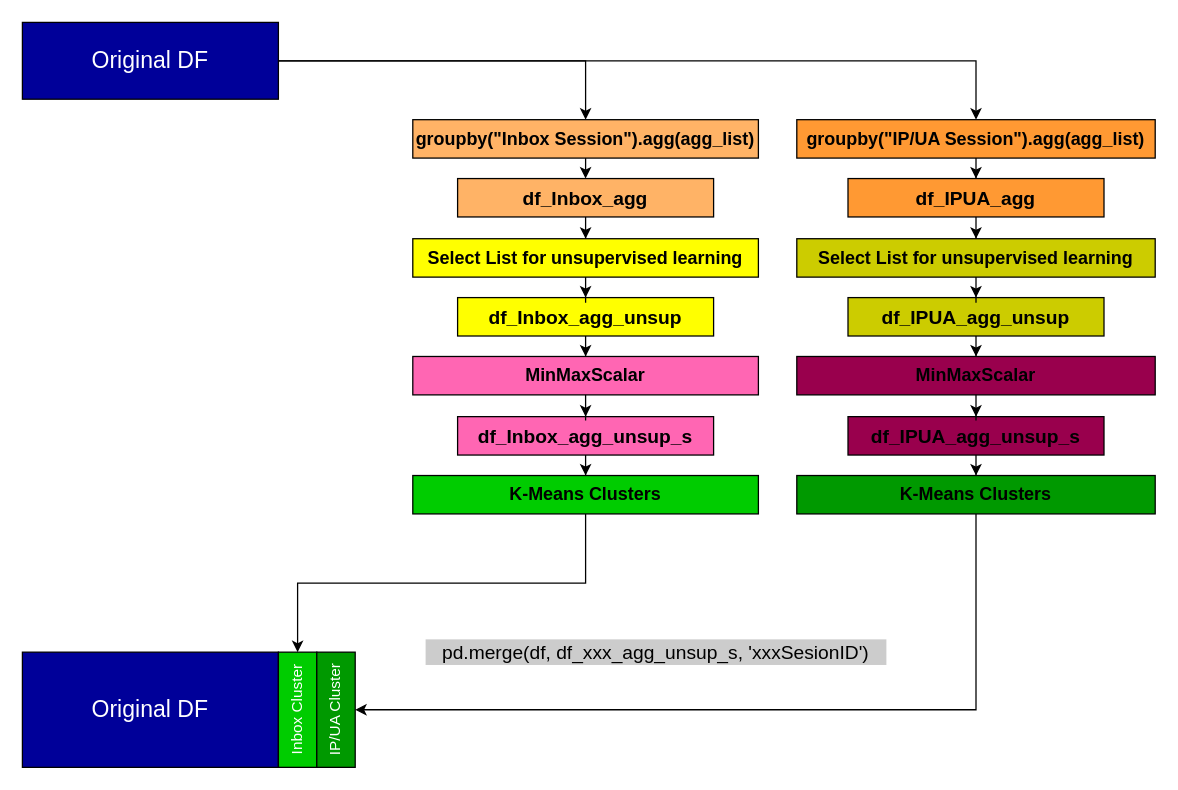
Before: Diagrams/MergingSessionDataFrames.dio in Robert-312/PyTorch-CNN-Framework, a draw.io diagram. Source tidied: cells renumbered, new cells numbered last; positions are measured from the earlier drawing's top-left corner, leaving out a move shared by most shapes. Both pictures are drawn from the tidied source at 128%, with x=0, y=0 at pixel (22, 22).
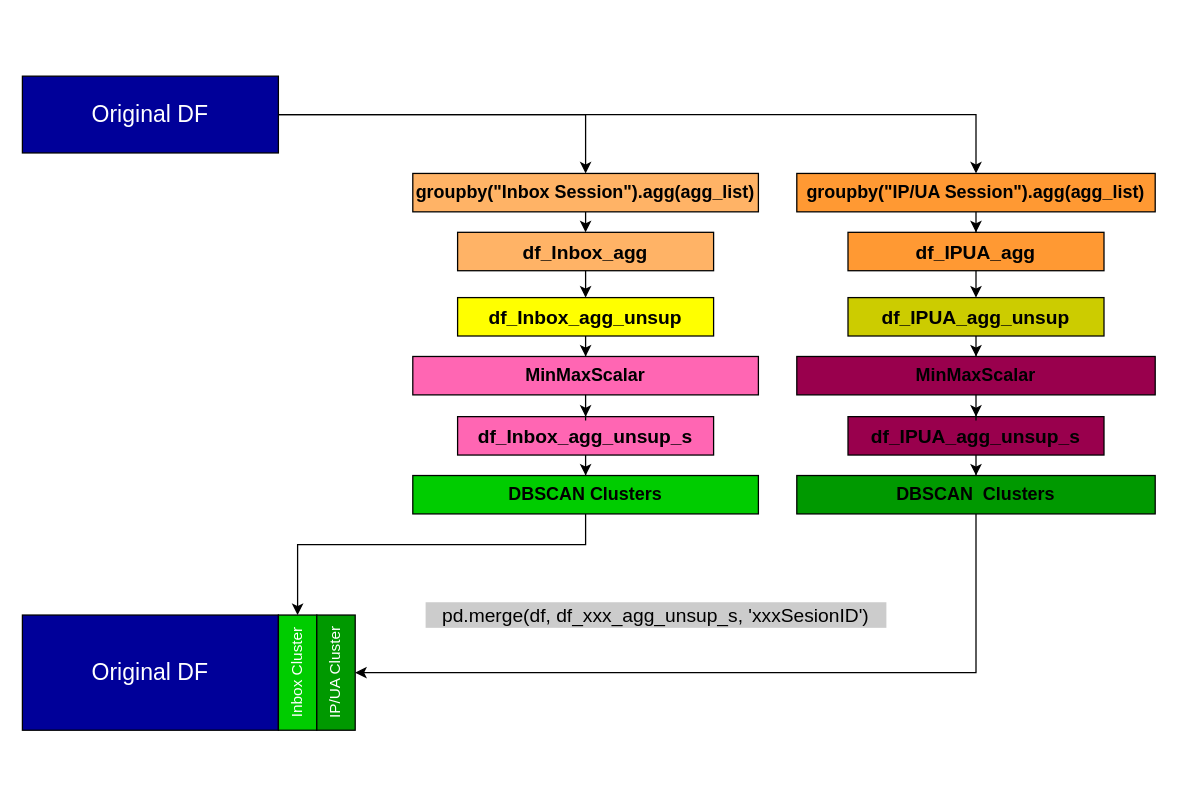
Above is the later version.

Commit message (it also covers changes not shown here):
Clean up DBSCAN

The change refers to these unchanged cells:
```xml
<mxCell id="11" value="&lt;div&gt;Inbox Cluster&lt;br&gt;&lt;/div&gt;" style="rounded=0;whiteSpace=wrap;html=1;fillColor=#00CC00;fontSize=12;fontColor=#FFFFFF;align=center;rotation=-90;" parent="9" vertex="1">
  <mxGeometry x="170" y="41" width="90" height="30" as="geometry" />
</mxCell>
<mxCell id="12" value="IP/UA Cluster" style="rounded=0;whiteSpace=wrap;html=1;fillColor=#009900;fontSize=12;fontColor=#FFFFFF;align=center;rotation=-90;" parent="9" vertex="1">
  <mxGeometry x="200" y="41" width="90" height="30" as="geometry" />
</mxCell>
<mxCell id="18" value="&lt;div&gt;&lt;b&gt;df_Inbox_agg_unsup&lt;/b&gt;&lt;br&gt;&lt;/div&gt;" style="rounded=0;whiteSpace=wrap;html=1;align=center;verticalAlign=middle;fillColor=#FFFF00;fontSize=15;" parent="1" vertex="1">
  <mxGeometry x="340" y="215" width="200" height="30" as="geometry" />
</mxCell>
<mxCell id="20" value="&lt;div&gt;&lt;b&gt;df_IPUA_agg_unsup&lt;/b&gt;&lt;br&gt;&lt;/div&gt;" style="rounded=0;whiteSpace=wrap;html=1;align=center;verticalAlign=middle;fillColor=#CCCC00;fontSize=15;" parent="1" vertex="1">
  <mxGeometry x="645" y="215" width="200" height="30" as="geometry" />
</mxCell>
```

Change to the diagram source:
```diff
@@
     <mxCell id="3" value="&lt;div&gt;&lt;b&gt;groupby(&quot;Inbox Session&quot;).agg(agg_list)&lt;/b&gt;&lt;/div&gt;&lt;div align=&quot;left&quot;&gt;&lt;/div&gt;" style="rounded=0;whiteSpace=wrap;html=1;align=center;verticalAlign=middle;fillColor=#FFB366;fontSize=14;" parent="1" vertex="1">
-      <mxGeometry x="305" y="76" width="270" height="30" as="geometry" />
+      <mxGeometry x="305" y="118" width="270" height="30" as="geometry" />
     </mxCell>
@@
     <mxCell id="6" value="&lt;div align=&quot;center&quot;&gt;Original DF&lt;/div&gt;" style="rounded=0;whiteSpace=wrap;html=1;fillColor=#000099;align=center;fontColor=#FFFFFF;fontSize=18;" parent="1" vertex="1">
-      <mxGeometry width="200" height="60" as="geometry" />
+      <mxGeometry y="42" width="200" height="60" as="geometry" />
     </mxCell>
@@
     <mxCell id="8" value="&lt;div&gt;&lt;b&gt;groupby(&quot;IP/UA Session&quot;).agg(agg_list)&lt;/b&gt;&lt;/div&gt;&lt;div align=&quot;left&quot;&gt;&lt;/div&gt;" style="rounded=0;whiteSpace=wrap;html=1;align=center;verticalAlign=middle;fillColor=#FF9933;fontSize=14;" parent="1" vertex="1">
-      <mxGeometry x="605" y="76" width="280" height="30" as="geometry" />
+      <mxGeometry x="605" y="118" width="280" height="30" as="geometry" />
     </mxCell>
     <mxCell id="9" style="group;" parent="1" vertex="1">
-      <mxGeometry y="481" width="315" height="101" as="geometry" />
+      <mxGeometry y="452" width="315" height="101" as="geometry" />
     </mxCell>
@@
-    <mxCell id="13" style="edgeStyle=orthogonalEdgeStyle;rounded=0;html=1;jettySize=auto;fontSize=14;" parent="1" edge="1" source="14" target="22">
-      <mxGeometry relative="1" as="geometry" />
-    </mxCell>
     <mxCell id="14" value="&lt;div&gt;&lt;b&gt;df_Inbox_agg&lt;/b&gt;&lt;br&gt;&lt;/div&gt;" style="rounded=0;whiteSpace=wrap;html=1;align=center;verticalAlign=middle;fillColor=#FFB366;fontSize=15;" parent="1" vertex="1">
-      <mxGeometry x="340" y="122" width="200" height="30" as="geometry" />
+      <mxGeometry x="340" y="164" width="200" height="30" as="geometry" />
     </mxCell>
-    <mxCell id="15" style="edgeStyle=orthogonalEdgeStyle;rounded=0;html=1;jettySize=auto;fontSize=14;" parent="1" edge="1" source="16" target="24">
-      <mxGeometry relative="1" as="geometry" />
-    </mxCell>
     <mxCell id="16" value="&lt;div&gt;&lt;b&gt;df_IPUA_agg&lt;/b&gt;&lt;br&gt;&lt;/div&gt;" style="rounded=0;whiteSpace=wrap;html=1;align=center;verticalAlign=middle;fillColor=#FF9933;fontSize=15;" parent="1" vertex="1">
-      <mxGeometry x="645" y="122" width="200" height="30" as="geometry" />
+      <mxGeometry x="645" y="164" width="200" height="30" as="geometry" />
     </mxCell>
@@
-    <mxCell id="21" style="edgeStyle=orthogonalEdgeStyle;rounded=0;html=1;jettySize=auto;fontSize=14;" parent="1" edge="1" source="22" target="18">
+    <mxCell id="21" style="edgeStyle=orthogonalEdgeStyle;rounded=0;html=1;jettySize=auto;fontSize=14;exitX=0.5;exitY=1;" parent="1" edge="1" source="14" target="18">
       <mxGeometry relative="1" as="geometry" />
     </mxCell>
-    <mxCell id="22" value="&lt;div&gt;&lt;b&gt;Select List for unsupervised learning&lt;/b&gt;&lt;/div&gt;&lt;div align=&quot;left&quot;&gt;&lt;/div&gt;" style="rounded=0;whiteSpace=wrap;html=1;align=center;verticalAlign=middle;fillColor=#FFFF00;fontSize=14;" parent="1" vertex="1">
-      <mxGeometry x="305" y="169" width="270" height="30" as="geometry" />
-    </mxCell>
-    <mxCell id="23" style="edgeStyle=orthogonalEdgeStyle;rounded=0;html=1;jettySize=auto;fontSize=14;" parent="1" edge="1" source="24" target="20">
+    <mxCell id="23" style="edgeStyle=orthogonalEdgeStyle;rounded=0;html=1;jettySize=auto;fontSize=14;exitX=0.5;exitY=1;" parent="1" edge="1" source="16" target="20">
       <mxGeometry relative="1" as="geometry" />
     </mxCell>
-    <mxCell id="24" value="&lt;div&gt;&lt;div&gt;&lt;b&gt;Select List for unsupervised learning&lt;/b&gt;&lt;br&gt;&lt;/div&gt;&lt;/div&gt;" style="rounded=0;whiteSpace=wrap;html=1;align=center;verticalAlign=middle;fillColor=#CCCC00;fontSize=14;" parent="1" vertex="1">
-      <mxGeometry x="605" y="169" width="280" height="30" as="geometry" />
-    </mxCell>
@@
     <mxCell id="33" style="edgeStyle=orthogonalEdgeStyle;rounded=0;html=1;entryX=1;entryY=0.5;jettySize=auto;fontSize=14;exitX=0.5;exitY=1;" parent="1" edge="1" source="34" target="11">
       <mxGeometry relative="1" as="geometry">
         <Array as="points">
-          <mxPoint x="440" y="438" />
-          <mxPoint x="215" y="438" />
+          <mxPoint x="440" y="408" />
+          <mxPoint x="215" y="408" />
         </Array>
       </mxGeometry>
     </mxCell>
-    <mxCell id="34" value="&lt;div&gt;&lt;b&gt;K-Means Clusters&lt;/b&gt;&lt;/div&gt;&lt;div align=&quot;left&quot;&gt;&lt;/div&gt;" style="rounded=0;whiteSpace=wrap;html=1;align=center;verticalAlign=middle;fillColor=#00CC00;fontSize=14;" parent="1" vertex="1">
+    <mxCell id="34" value="&lt;div&gt;&lt;b&gt;DBSCAN Clusters&lt;/b&gt;&lt;/div&gt;&lt;div align=&quot;left&quot;&gt;&lt;/div&gt;" style="rounded=0;whiteSpace=wrap;html=1;align=center;verticalAlign=middle;fillColor=#00CC00;fontSize=14;" parent="1" vertex="1">
       <mxGeometry x="305" y="354" width="270" height="30" as="geometry" />
     </mxCell>
     <mxCell id="35" style="edgeStyle=orthogonalEdgeStyle;rounded=0;html=1;entryX=0.5;entryY=1;jettySize=auto;fontSize=14;exitX=0.5;exitY=1;" parent="1" edge="1" source="36" target="12">
       <mxGeometry relative="1" as="geometry">
         <Array as="points">
-          <mxPoint x="745" y="537" />
+          <mxPoint x="745" y="508" />
         </Array>
       </mxGeometry>
     </mxCell>
-    <mxCell id="36" value="&lt;div&gt;&lt;b&gt;K-Means Clusters&lt;/b&gt;&lt;/div&gt;" style="rounded=0;whiteSpace=wrap;html=1;align=center;verticalAlign=middle;fillColor=#009900;fontSize=14;" parent="1" vertex="1">
+    <mxCell id="36" value="&lt;div&gt;&lt;b&gt;DBSCAN&lt;/b&gt;&lt;span&gt;&amp;nbsp;&lt;/span&gt;&lt;b&gt; Clusters&lt;/b&gt;&lt;/div&gt;" style="rounded=0;whiteSpace=wrap;html=1;align=center;verticalAlign=middle;fillColor=#009900;fontSize=14;" parent="1" vertex="1">
       <mxGeometry x="605" y="354" width="280" height="30" as="geometry" />
     </mxCell>
     <mxCell id="37" value="pd.merge(df, df_xxx_agg_unsup_s, 'xxxSesionID')" style="text;html=1;strokeColor=none;fillColor=#CCCCCC;align=center;verticalAlign=middle;whiteSpace=wrap;rounded=0;fontSize=15;" parent="1" vertex="1">
-      <mxGeometry x="315" y="482" width="360" height="20" as="geometry" />
+      <mxGeometry x="315" y="453" width="360" height="20" as="geometry" />
     </mxCell>
```
